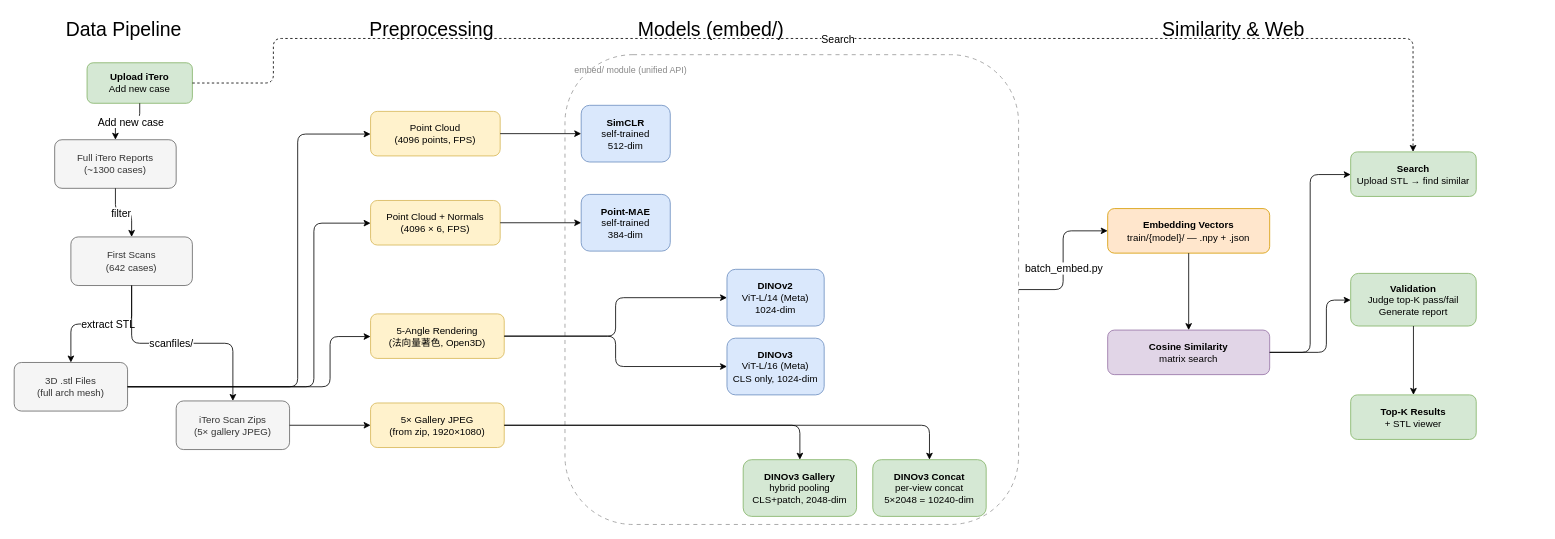
The draw.io diagram newArchitecture.dio in otaiwan1/ytp_oasis, before the edit. Source tidied: cells renumbered, new cells numbered last; positions are measured from the earlier drawing's top-left corner, leaving out a move shared by most shapes. Both pictures are drawn from the tidied source at 81%, with x=0, y=0 at pixel (14, 14).
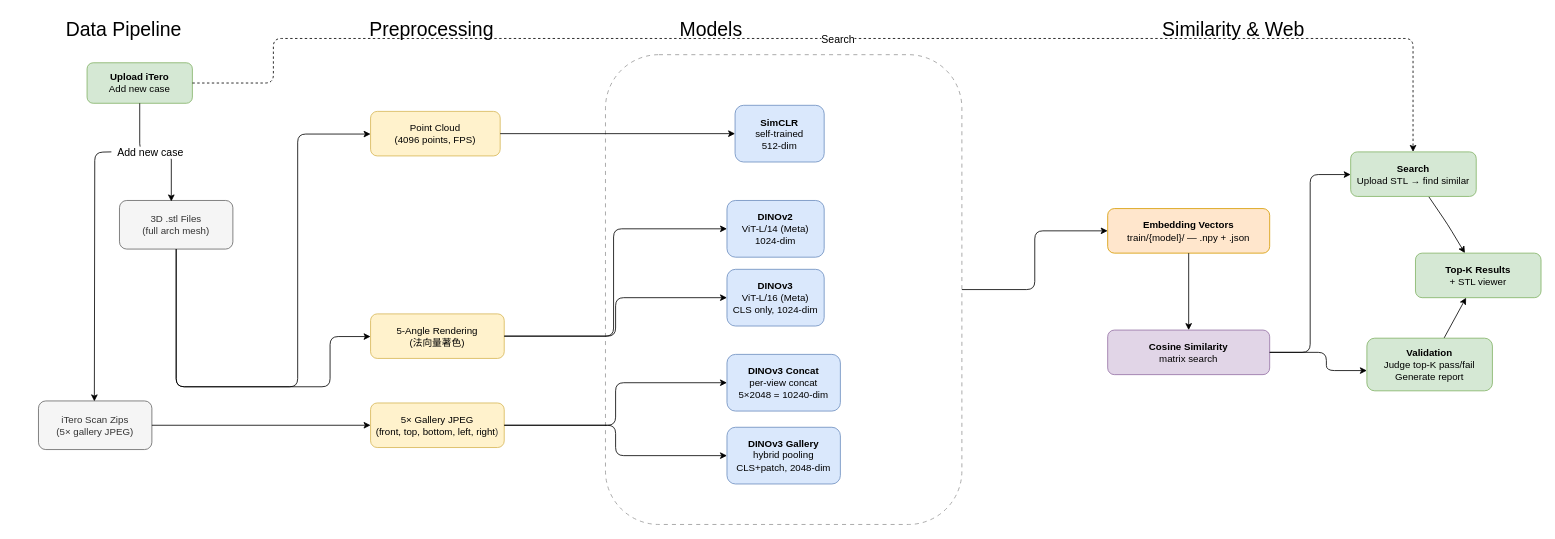
The same page after the edit.

Unchanged cells that the change refers to:
```xml
<mxCell id="6" value="&lt;b&gt;Upload iTero&lt;/b&gt;&lt;div&gt;Add new case&lt;/div&gt;" style="rounded=1;whiteSpace=wrap;html=1;fillColor=#d5e8d4;strokeColor=#82b366;" parent="1" vertex="1">
  <mxGeometry x="90" y="60" width="130" height="50" as="geometry" />
</mxCell>
<mxCell id="42" value="&lt;b&gt;Cosine Similarity&lt;/b&gt;&lt;div&gt;matrix search&lt;/div&gt;" style="rounded=1;whiteSpace=wrap;html=1;fillColor=#e1d5e7;strokeColor=#9673a6;" parent="1" vertex="1">
  <mxGeometry x="1350" y="390" width="200" height="55" as="geometry" />
</mxCell>
<mxCell id="43" value="&lt;b&gt;Search&lt;/b&gt;&lt;div&gt;Upload STL → find similar&lt;/div&gt;" style="rounded=1;whiteSpace=wrap;html=1;fillColor=#d5e8d4;strokeColor=#82b366;" parent="1" vertex="1">
  <mxGeometry x="1650" y="170" width="155" height="55" as="geometry" />
</mxCell>
<mxCell id="46" style="edgeStyle=orthogonalEdgeStyle;html=1;" parent="1" edge="1" source="27" target="41">
  <mxGeometry relative="1" as="geometry" />
</mxCell>
```

What changed in the source:
```diff
@@
-    <mxCell id="4" value="&lt;font style=&quot;font-size: 24px;&quot;&gt;Models (embed/)&lt;/font&gt;" style="text;html=1;align=center;verticalAlign=middle;strokeColor=none;fillColor=none;" parent="1" vertex="1">
-      <mxGeometry x="770" width="180" height="40" as="geometry" />
+    <mxCell id="4" value="&lt;font style=&quot;font-size: 24px;&quot;&gt;Models&lt;/font&gt;" style="text;html=1;align=center;verticalAlign=middle;strokeColor=none;fillColor=none;" parent="1" vertex="1">
+      <mxGeometry x="810" width="100" height="40" as="geometry" />
     </mxCell>
@@
-    <mxCell id="7" value="Full iTero Reports&lt;div&gt;(~1300 cases)&lt;/div&gt;" style="rounded=1;whiteSpace=wrap;html=1;fillColor=#f5f5f5;strokeColor=#666666;fontColor=#333333;" parent="1" vertex="1">
-      <mxGeometry x="50" y="155" width="150" height="60" as="geometry" />
-    </mxCell>
-    <mxCell id="8" value="First Scans&lt;div&gt;(642 cases)&lt;/div&gt;" style="rounded=1;whiteSpace=wrap;html=1;fillColor=#f5f5f5;strokeColor=#666666;fontColor=#333333;" parent="1" vertex="1">
-      <mxGeometry x="70" y="275" width="150" height="60" as="geometry" />
-    </mxCell>
     <mxCell id="9" value="3D .stl Files&lt;div&gt;(full arch mesh)&lt;/div&gt;" style="rounded=1;whiteSpace=wrap;html=1;fillColor=#f5f5f5;strokeColor=#666666;fontColor=#333333;" parent="1" vertex="1">
-      <mxGeometry y="430" width="140" height="60" as="geometry" />
+      <mxGeometry x="130" y="230" width="140" height="60" as="geometry" />
     </mxCell>
     <mxCell id="10" value="iTero Scan Zips&lt;div&gt;(5× gallery JPEG)&lt;/div&gt;" style="rounded=1;whiteSpace=wrap;html=1;fillColor=#f5f5f5;strokeColor=#666666;fontColor=#333333;" parent="1" vertex="1">
-      <mxGeometry x="200" y="477.5" width="140" height="60" as="geometry" />
+      <mxGeometry x="30" y="477.5" width="140" height="60" as="geometry" />
     </mxCell>
-    <mxCell id="11" style="edgeStyle=orthogonalEdgeStyle;html=1;" parent="1" edge="1" source="6" target="7">
+    <mxCell id="11" style="edgeStyle=orthogonalEdgeStyle;html=1;entryX=0.457;entryY=0.02;entryDx=0;entryDy=0;entryPerimeter=0;" parent="1" edge="1" source="6" target="9">
       <mxGeometry relative="1" as="geometry" />
     </mxCell>
@@
-    <mxCell id="13" style="edgeStyle=orthogonalEdgeStyle;html=1;" parent="1" edge="1" source="7" target="8">
-      <mxGeometry relative="1" as="geometry" />
-    </mxCell>
-    <mxCell id="14" value="&lt;font style=&quot;font-size: 13px;&quot;&gt;filter&lt;/font&gt;" style="edgeLabel;html=1;align=center;verticalAlign=middle;" parent="13" vertex="1">
-      <mxGeometry x="-0.1" relative="1" as="geometry" />
-    </mxCell>
-    <mxCell id="15" style="edgeStyle=orthogonalEdgeStyle;html=1;" parent="1" edge="1" source="8" target="9">
-      <mxGeometry relative="1" as="geometry" />
-    </mxCell>
-    <mxCell id="16" value="&lt;font style=&quot;font-size: 13px;&quot;&gt;extract STL&lt;/font&gt;" style="edgeLabel;html=1;align=center;verticalAlign=middle;" parent="15" vertex="1">
-      <mxGeometry x="-0.1" relative="1" as="geometry" />
-    </mxCell>
-    <mxCell id="17" style="edgeStyle=orthogonalEdgeStyle;html=1;" parent="1" edge="1" source="8" target="10">
-      <mxGeometry relative="1" as="geometry" />
-    </mxCell>
-    <mxCell id="18" value="&lt;font style=&quot;font-size: 13px;&quot;&gt;scanfiles/&lt;/font&gt;" style="edgeLabel;html=1;align=center;verticalAlign=middle;" parent="17" vertex="1">
-      <mxGeometry x="-0.1" relative="1" as="geometry" />
-    </mxCell>
@@
-    <mxCell id="20" value="Point Cloud + Normals&lt;div&gt;(4096 × 6, FPS)&lt;/div&gt;" style="rounded=1;whiteSpace=wrap;html=1;fillColor=#fff2cc;strokeColor=#d6b656;" parent="1" vertex="1">
-      <mxGeometry x="440" y="230" width="160" height="55" as="geometry" />
-    </mxCell>
-    <mxCell id="21" value="5-Angle Rendering&lt;div&gt;(法向量著色, Open3D)&lt;/div&gt;" style="rounded=1;whiteSpace=wrap;html=1;fillColor=#fff2cc;strokeColor=#d6b656;" parent="1" vertex="1">
+    <mxCell id="21" value="5-Angle Rendering&lt;div&gt;(法向量著色)&lt;/div&gt;" style="rounded=1;whiteSpace=wrap;html=1;fillColor=#fff2cc;strokeColor=#d6b656;" parent="1" vertex="1">
       <mxGeometry x="440" y="370" width="165" height="55" as="geometry" />
     </mxCell>
-    <mxCell id="22" value="5× Gallery JPEG&lt;div&gt;(from zip, 1920×1080)&lt;/div&gt;" style="rounded=1;whiteSpace=wrap;html=1;fillColor=#fff2cc;strokeColor=#d6b656;" parent="1" vertex="1">
+    <mxCell id="22" value="5× Gallery JPEG&lt;div&gt;(front, top, bottom, left, right&lt;span style=&quot;color: rgb(63, 63, 63); background-color: transparent;&quot;&gt;)&lt;/span&gt;&lt;/div&gt;" style="rounded=1;whiteSpace=wrap;html=1;fillColor=#fff2cc;strokeColor=#d6b656;" parent="1" vertex="1">
       <mxGeometry x="440" y="480" width="165" height="55" as="geometry" />
     </mxCell>
@@
-    <mxCell id="24" style="edgeStyle=orthogonalEdgeStyle;html=1;" parent="1" edge="1" source="9" target="20">
-      <mxGeometry relative="1" as="geometry">
-        <Array as="points">
-          <mxPoint x="370" y="460" />
-          <mxPoint x="370" y="258" />
-        </Array>
-      </mxGeometry>
-    </mxCell>
@@
     <mxCell id="27" style="rounded=1;whiteSpace=wrap;html=1;fillColor=none;strokeColor=#999999;dashed=1;dashPattern=5 5;" parent="1" vertex="1">
-      <mxGeometry x="680" y="50" width="560" height="580" as="geometry" />
+      <mxGeometry x="730" y="50" width="440" height="580" as="geometry" />
     </mxCell>
-    <mxCell id="28" value="&lt;font style=&quot;font-size: 11px; color:#888;&quot;&gt;embed/ module (unified API)&lt;/font&gt;" style="text;html=1;align=left;verticalAlign=top;strokeColor=none;fillColor=none;" parent="1" vertex="1">
-      <mxGeometry x="690" y="55" width="170" height="20" as="geometry" />
-    </mxCell>
     <mxCell id="29" value="&lt;b&gt;SimCLR&lt;/b&gt;&lt;div&gt;self-trained&lt;/div&gt;&lt;div&gt;512-dim&lt;/div&gt;" style="rounded=1;whiteSpace=wrap;html=1;fillColor=#dae8fc;strokeColor=#6c8ebf;" parent="1" vertex="1">
-      <mxGeometry x="700" y="112.5" width="110" height="70" as="geometry" />
+      <mxGeometry x="890" y="112.5" width="110" height="70" as="geometry" />
     </mxCell>
-    <mxCell id="30" value="&lt;b&gt;Point-MAE&lt;/b&gt;&lt;div&gt;self-trained&lt;/div&gt;&lt;div&gt;384-dim&lt;/div&gt;" style="rounded=1;whiteSpace=wrap;html=1;fillColor=#dae8fc;strokeColor=#6c8ebf;" parent="1" vertex="1">
-      <mxGeometry x="700" y="222.5" width="110" height="70" as="geometry" />
-    </mxCell>
     <mxCell id="31" value="&lt;b&gt;DINOv2&lt;/b&gt;&lt;div&gt;ViT-L/14 (Meta)&lt;/div&gt;&lt;div&gt;1024-dim&lt;/div&gt;" style="rounded=1;whiteSpace=wrap;html=1;fillColor=#dae8fc;strokeColor=#6c8ebf;" parent="1" vertex="1">
-      <mxGeometry x="880" y="315" width="120" height="70" as="geometry" />
+      <mxGeometry x="880" y="230" width="120" height="70" as="geometry" />
     </mxCell>
     <mxCell id="32" value="&lt;b&gt;DINOv3&lt;/b&gt;&lt;div&gt;ViT-L/16 (Meta)&lt;/div&gt;&lt;div&gt;CLS only, 1024-dim&lt;/div&gt;" style="rounded=1;whiteSpace=wrap;html=1;fillColor=#dae8fc;strokeColor=#6c8ebf;" parent="1" vertex="1">
-      <mxGeometry x="880" y="400" width="120" height="70" as="geometry" />
+      <mxGeometry x="880" y="315" width="120" height="70" as="geometry" />
     </mxCell>
-    <mxCell id="33" value="&lt;b&gt;DINOv3 Gallery&lt;/b&gt;&lt;div&gt;hybrid pooling&lt;/div&gt;&lt;div&gt;CLS+patch, 2048-dim&lt;/div&gt;" style="rounded=1;whiteSpace=wrap;html=1;fillColor=#d5e8d4;strokeColor=#82b366;" parent="1" vertex="1">
-      <mxGeometry x="900" y="550" width="140" height="70" as="geometry" />
+    <mxCell id="33" value="&lt;b&gt;DINOv3 Gallery&lt;/b&gt;&lt;div&gt;hybrid pooling&lt;/div&gt;&lt;div&gt;CLS+patch, 2048-dim&lt;/div&gt;" style="rounded=1;whiteSpace=wrap;html=1;fillColor=#dae8fc;strokeColor=#6c8ebf;" parent="1" vertex="1">
+      <mxGeometry x="880" y="510" width="140" height="70" as="geometry" />
     </mxCell>
-    <mxCell id="34" value="&lt;b&gt;DINOv3 Concat&lt;/b&gt;&lt;div&gt;per-view concat&lt;/div&gt;&lt;div&gt;5×2048 = 10240-dim&lt;/div&gt;" style="rounded=1;whiteSpace=wrap;html=1;fillColor=#d5e8d4;strokeColor=#82b366;" parent="1" vertex="1">
-      <mxGeometry x="1060" y="550" width="140" height="70" as="geometry" />
+    <mxCell id="34" value="&lt;b&gt;DINOv3 Concat&lt;/b&gt;&lt;div&gt;per-view concat&lt;/div&gt;&lt;div&gt;5×2048 = 10240-dim&lt;/div&gt;" style="rounded=1;whiteSpace=wrap;html=1;fillColor=#dae8fc;strokeColor=#6c8ebf;" parent="1" vertex="1">
+      <mxGeometry x="880" y="420" width="140" height="70" as="geometry" />
     </mxCell>
@@
-    <mxCell id="36" style="edgeStyle=orthogonalEdgeStyle;html=1;" parent="1" edge="1" source="20" target="30">
-      <mxGeometry relative="1" as="geometry" />
-    </mxCell>
     <mxCell id="37" style="edgeStyle=orthogonalEdgeStyle;html=1;" parent="1" edge="1" source="21" target="31">
-      <mxGeometry relative="1" as="geometry" />
+      <mxGeometry relative="1" as="geometry">
+        <Array as="points">
+          <mxPoint x="740" y="397" />
+          <mxPoint x="740" y="265" />
+        </Array>
+      </mxGeometry>
     </mxCell>
@@
+    <mxCell id="54" style="edgeStyle=none;html=1;" parent="1" edge="1" source="43" target="45">
+      <mxGeometry relative="1" as="geometry">
+        <Array as="points">
+          <mxPoint x="1770" y="260" />
+        </Array>
+      </mxGeometry>
+    </mxCell>
@@
+    <mxCell id="51" style="edgeStyle=none;html=1;" parent="1" edge="1" source="44" target="45">
+      <mxGeometry relative="1" as="geometry" />
+    </mxCell>
     <mxCell id="44" value="&lt;b&gt;Validation&lt;/b&gt;&lt;div&gt;Judge top-K pass/fail&lt;/div&gt;&lt;div&gt;Generate report&lt;/div&gt;" style="rounded=1;whiteSpace=wrap;html=1;fillColor=#d5e8d4;strokeColor=#82b366;" parent="1" vertex="1">
-      <mxGeometry x="1650" y="320" width="155" height="65" as="geometry" />
+      <mxGeometry x="1670" y="400" width="155" height="65" as="geometry" />
     </mxCell>
     <mxCell id="45" value="&lt;b&gt;Top-K Results&lt;/b&gt;&lt;div&gt;+ STL viewer&lt;/div&gt;" style="rounded=1;whiteSpace=wrap;html=1;fillColor=#d5e8d4;strokeColor=#82b366;" parent="1" vertex="1">
-      <mxGeometry x="1650" y="470" width="155" height="55" as="geometry" />
+      <mxGeometry x="1730" y="295" width="155" height="55" as="geometry" />
     </mxCell>
@@
-    <mxCell id="47" value="&lt;font style=&quot;font-size: 13px;&quot;&gt;batch_embed.py&lt;/font&gt;" style="edgeLabel;html=1;align=center;verticalAlign=middle;" parent="46" vertex="1">
-      <mxGeometry x="-0.1" relative="1" as="geometry" />
-    </mxCell>
@@
     <mxCell id="50" style="edgeStyle=orthogonalEdgeStyle;html=1;" parent="1" edge="1" source="42" target="44">
       <mxGeometry relative="1" as="geometry">
         <Array as="points">
-          <mxPoint x="1620" y="418" />
-          <mxPoint x="1620" y="353" />
+          <mxPoint x="1620" y="417" />
+          <mxPoint x="1620" y="440" />
         </Array>
       </mxGeometry>
     </mxCell>
-    <mxCell id="51" style="edgeStyle=orthogonalEdgeStyle;html=1;" parent="1" edge="1" source="44" target="45">
-      <mxGeometry relative="1" as="geometry" />
-    </mxCell>
@@
+    <mxCell id="55" style="edgeStyle=orthogonalEdgeStyle;html=1;entryX=0.457;entryY=0.02;entryDx=0;entryDy=0;entryPerimeter=0;" parent="1" edge="1">
+      <mxGeometry relative="1" as="geometry">
+        <mxPoint x="120" y="170" as="sourcePoint" />
+        <mxPoint x="99" y="478" as="targetPoint" />
+      </mxGeometry>
+    </mxCell>
```
